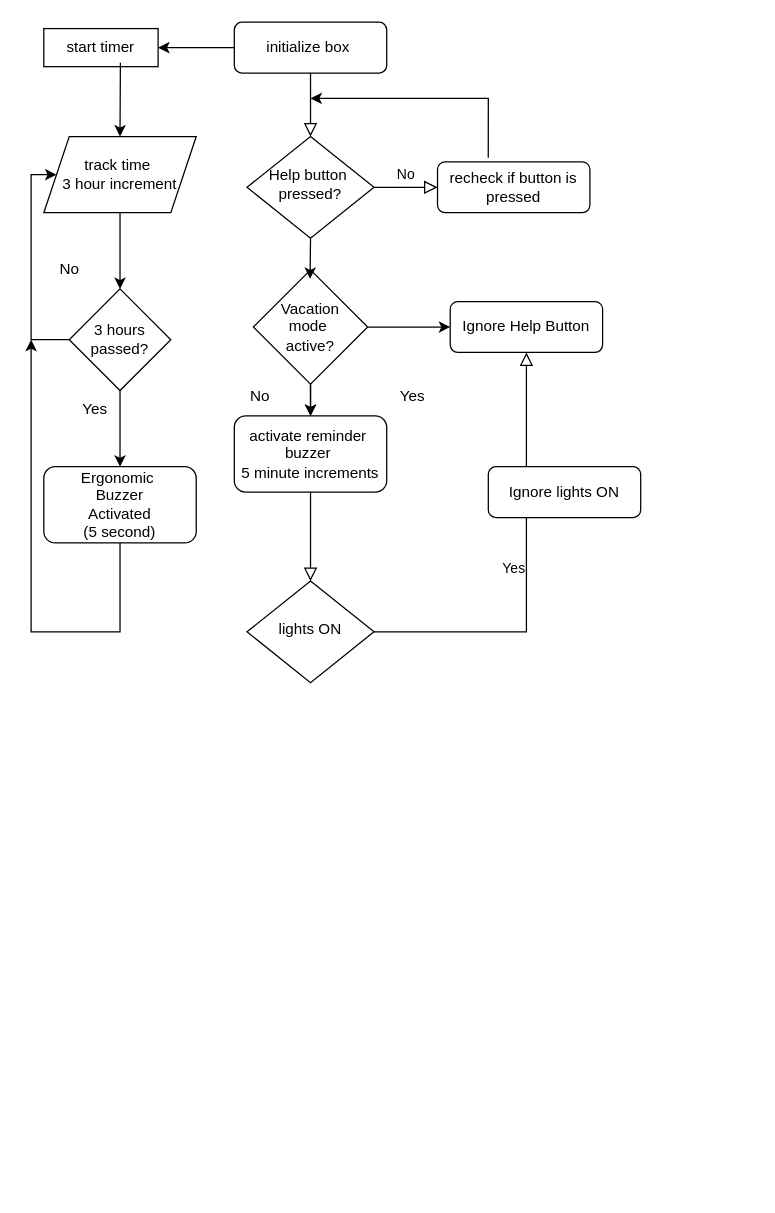
Earlier version of the draw.io diagram studentHelpButton/.github/workflows/Untitled Diagram.drawio (cyberike/SmartRoom). Source tidied: cells renumbered, new cells numbered last; positions are measured from the earlier drawing's top-left corner, leaving out a move shared by most shapes. Both pictures are drawn from the tidied source at 127%, with x=0, y=0 at pixel (30, 22).
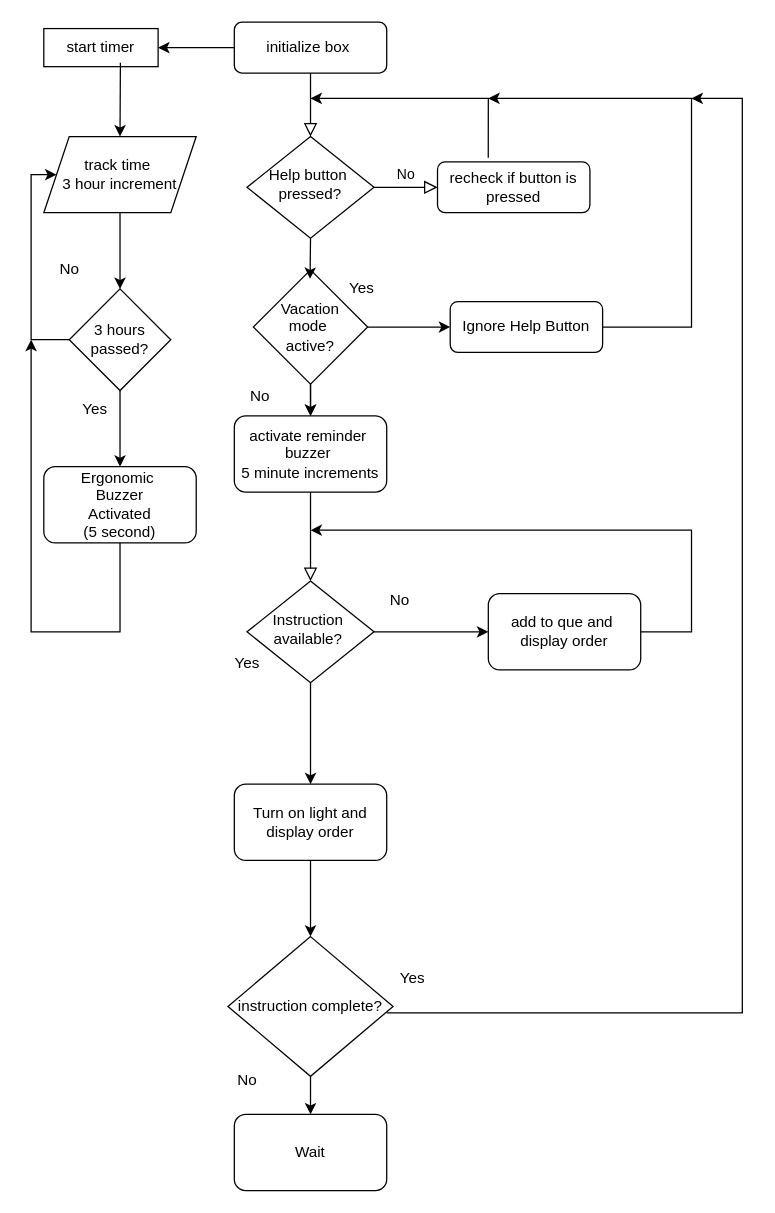
Above is the later version.

Commit message:
student help button.drawio

The change refers to these unchanged cells:
```xml
<mxCell id="10" value="Ignore Help Button" style="rounded=1;whiteSpace=wrap;html=1;fontSize=12;glass=0;strokeWidth=1;shadow=0;" parent="1" vertex="1">
  <mxGeometry x="330" y="220" width="120" height="40" as="geometry" />
</mxCell>
```

Diff of the diagram source:
```diff
@@
-    <mxCell id="8" value="Yes" style="edgeStyle=orthogonalEdgeStyle;rounded=0;html=1;jettySize=auto;fontSize=11;endArrow=block;endFill=0;endSize=8;strokeWidth=1;shadow=0;labelBackgroundColor=none;" parent="1" edge="1" source="9" target="10">
-      <mxGeometry y="10" relative="1" as="geometry" />
-    </mxCell>
-    <mxCell id="9" value="lights ON" style="rhombus;whiteSpace=wrap;html=1;shadow=0;fontFamily=Helvetica;fontSize=12;align=center;strokeWidth=1;spacing=6;spacingTop=-4;" parent="1" vertex="1">
+    <mxCell id="9" value="Instruction&amp;nbsp;&lt;div&gt;available?&amp;nbsp;&lt;/div&gt;" style="rhombus;whiteSpace=wrap;html=1;shadow=0;fontFamily=Helvetica;fontSize=12;align=center;strokeWidth=1;spacing=6;spacingTop=-4;" parent="1" vertex="1">
       <mxGeometry x="170" y="440" width="100" height="80" as="geometry" />
     </mxCell>
@@
-    <mxCell id="11" value="Ignore lights ON" style="rounded=1;whiteSpace=wrap;html=1;fontSize=12;glass=0;strokeWidth=1;shadow=0;" parent="1" vertex="1">
-      <mxGeometry x="360" y="350" width="120" height="40" as="geometry" />
-    </mxCell>
@@
     <mxCell id="26" value="Yes" style="text;html=1;align=center;verticalAlign=middle;strokeColor=none;fillColor=none;" parent="1" vertex="1">
-      <mxGeometry x="280" y="280" width="40" height="30" as="geometry" />
+      <mxGeometry x="240" y="195" width="40" height="30" as="geometry" />
     </mxCell>
@@
+    <mxCell id="33" style="endArrow=classic;html=1;rounded=0;exitX=1;exitY=0.5;exitDx=0;exitDy=0;" parent="1" edge="1" source="10">
+      <mxGeometry relative="1" as="geometry">
+        <mxPoint x="360" y="60" as="targetPoint" />
+        <Array as="points">
+          <mxPoint x="520" y="240" />
+          <mxPoint x="520" y="60" />
+        </Array>
+      </mxGeometry>
+    </mxCell>
+    <mxCell id="34" style="endArrow=classic;html=1;rounded=0;exitX=0.5;exitY=1;exitDx=0;exitDy=0;" parent="1" edge="1" source="9">
+      <mxGeometry relative="1" as="geometry">
+        <mxPoint x="220" y="600" as="targetPoint" />
+      </mxGeometry>
+    </mxCell>
+    <mxCell id="35" value="&lt;div&gt;Turn on light and display order&lt;/div&gt;" style="rounded=1;whiteSpace=wrap;html=1;" parent="1" vertex="1">
+      <mxGeometry x="160" y="600" width="120" height="60" as="geometry" />
+    </mxCell>
+    <mxCell id="36" value="add to que and&amp;nbsp;&lt;div&gt;display order&lt;/div&gt;" style="rounded=1;whiteSpace=wrap;html=1;" parent="1" vertex="1">
+      <mxGeometry x="360" y="450" width="120" height="60" as="geometry" />
+    </mxCell>
+    <mxCell id="37" style="endArrow=classic;html=1;rounded=0;exitX=1;exitY=0.5;exitDx=0;exitDy=0;entryX=0;entryY=0.5;entryDx=0;entryDy=0;" parent="1" edge="1" source="9" target="36">
+      <mxGeometry relative="1" as="geometry" />
+    </mxCell>
+    <mxCell id="38" value="Yes" style="text;html=1;align=center;verticalAlign=middle;strokeColor=none;fillColor=none;" parent="1" vertex="1">
+      <mxGeometry x="150" y="490" width="40" height="30" as="geometry" />
+    </mxCell>
+    <mxCell id="39" value="No" style="text;html=1;align=center;verticalAlign=middle;strokeColor=none;fillColor=none;" parent="1" vertex="1">
+      <mxGeometry x="270" y="440" width="40" height="30" as="geometry" />
+    </mxCell>
+    <mxCell id="40" style="endArrow=classic;html=1;rounded=0;exitX=1;exitY=0.5;exitDx=0;exitDy=0;" parent="1" edge="1" source="36">
+      <mxGeometry relative="1" as="geometry">
+        <mxPoint x="220" y="400" as="targetPoint" />
+        <Array as="points">
+          <mxPoint x="520" y="480" />
+          <mxPoint x="520" y="400" />
+        </Array>
+      </mxGeometry>
+    </mxCell>
+    <mxCell id="41" value="instruction complete?" style="rhombus;whiteSpace=wrap;html=1;" parent="1" vertex="1">
+      <mxGeometry x="155" y="720" width="130" height="110" as="geometry" />
+    </mxCell>
+    <mxCell id="42" style="endArrow=classic;html=1;rounded=0;exitX=0.5;exitY=1;exitDx=0;exitDy=0;entryX=0.5;entryY=0;entryDx=0;entryDy=0;" parent="1" edge="1" source="35" target="41">
+      <mxGeometry relative="1" as="geometry" />
+    </mxCell>
+    <mxCell id="43" style="endArrow=classic;html=1;rounded=0;" parent="1" edge="1">
+      <mxGeometry relative="1" as="geometry">
+        <mxPoint x="280" y="780" as="sourcePoint" />
+        <mxPoint x="520" y="60" as="targetPoint" />
+        <Array as="points">
+          <mxPoint x="420" y="780" />
+          <mxPoint x="560" y="780" />
+          <mxPoint x="560" y="60" />
+        </Array>
+      </mxGeometry>
+    </mxCell>
+    <mxCell id="44" style="endArrow=classic;html=1;rounded=0;exitX=0.5;exitY=1;exitDx=0;exitDy=0;" parent="1" edge="1" source="41" target="45">
+      <mxGeometry relative="1" as="geometry" />
+    </mxCell>
+    <mxCell id="45" value="Wait" style="rounded=1;whiteSpace=wrap;html=1;" parent="1" vertex="1">
+      <mxGeometry x="160" y="860" width="120" height="60" as="geometry" />
+    </mxCell>
+    <mxCell id="46" value="Yes" style="text;html=1;align=center;verticalAlign=middle;strokeColor=none;fillColor=none;" parent="1" vertex="1">
+      <mxGeometry x="280" y="738" width="40" height="30" as="geometry" />
+    </mxCell>
+    <mxCell id="47" value="No" style="text;html=1;align=center;verticalAlign=middle;strokeColor=none;fillColor=none;" parent="1" vertex="1">
+      <mxGeometry x="150" y="818" width="40" height="30" as="geometry" />
+    </mxCell>
```
